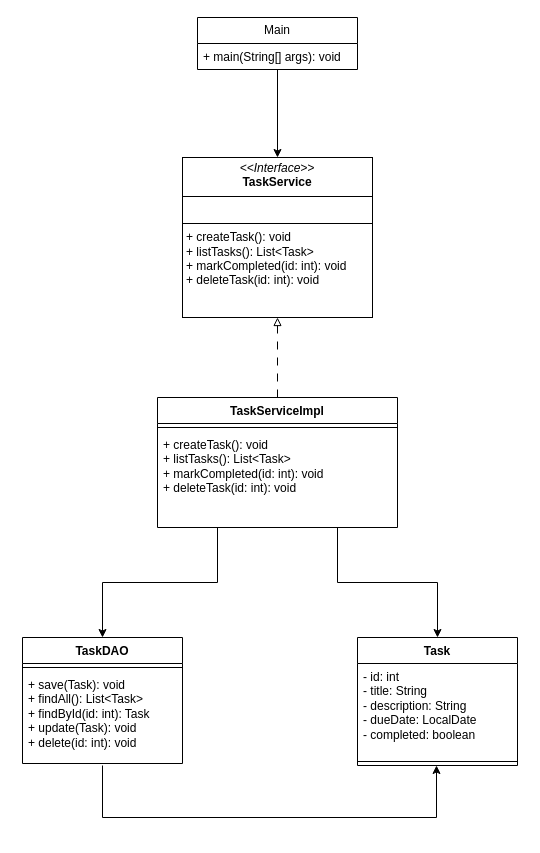
The draw.io diagram diagrams/TaskManagerClassDiagram.drawio in Josephj9720/task-manager-console, before the edit. Source tidied: cells renumbered, new cells numbered last; positions are measured from the earlier drawing's top-left corner, leaving out a move shared by most shapes. Both pictures are drawn from the tidied source at 100%, with x=0, y=0 at pixel (22, 17).
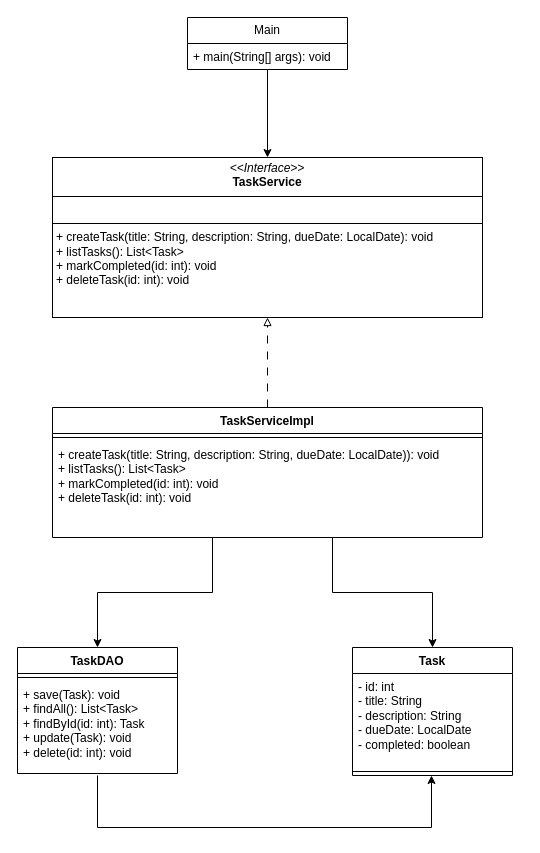
After the change.

Commit message (it also covers changes not shown here):
modified class to follow methods signatures from UML diagram

What changed in the source:
```diff
@@
-    <mxCell id="2" style="group;" parent="1" vertex="1">
-      <mxGeometry width="500" height="800" as="geometry" />
-    </mxCell>
+    <mxCell id="20" style="group;" parent="1" vertex="1">
+      <mxGeometry x="-5" width="495" height="810" as="geometry" />
+    </mxCell>
-    <mxCell id="3" value="Task" style="swimlane;fontStyle=1;align=center;verticalAlign=top;horizontal=1;startSize=26;whiteSpace=wrap;html=1;" parent="2" vertex="1">
-      <mxGeometry x="335" y="620" width="160" height="128" as="geometry" />
+    <mxCell id="3" value="Task" style="swimlane;fontStyle=1;align=center;verticalAlign=top;horizontal=1;startSize=26;whiteSpace=wrap;html=1;" parent="20" vertex="1">
+      <mxGeometry x="335" y="630" width="160" height="128" as="geometry" />
     </mxCell>
@@
-    <mxCell id="6" style="edgeStyle=orthogonalEdgeStyle;rounded=0;orthogonalLoop=1;jettySize=auto;html=1;entryX=0.494;entryY=0.75;entryDx=0;entryDy=0;entryPerimeter=0;" parent="2" edge="1">
+    <mxCell id="6" style="edgeStyle=orthogonalEdgeStyle;rounded=0;orthogonalLoop=1;jettySize=auto;html=1;entryX=0.494;entryY=0.75;entryDx=0;entryDy=0;entryPerimeter=0;" parent="20" edge="1">
       <mxGeometry relative="1" as="geometry">
-        <mxPoint x="80" y="748" as="sourcePoint" />
-        <mxPoint x="414" y="748" as="targetPoint" />
+        <mxPoint x="80" y="758" as="sourcePoint" />
+        <mxPoint x="414" y="758" as="targetPoint" />
         <Array as="points">
-          <mxPoint x="80" y="800" />
-          <mxPoint x="414" y="800" />
+          <mxPoint x="80" y="810" />
+          <mxPoint x="414" y="810" />
         </Array>
       </mxGeometry>
     </mxCell>
-    <mxCell id="7" value="TaskDAO" style="swimlane;fontStyle=1;align=center;verticalAlign=top;horizontal=1;startSize=26;whiteSpace=wrap;html=1;" parent="2" vertex="1">
-      <mxGeometry y="620" width="160" height="126" as="geometry" />
+    <mxCell id="7" value="TaskDAO" style="swimlane;fontStyle=1;align=center;verticalAlign=top;horizontal=1;startSize=26;whiteSpace=wrap;html=1;" parent="20" vertex="1">
+      <mxGeometry y="630" width="160" height="126" as="geometry" />
     </mxCell>
@@
-    <mxCell id="10" value="&lt;p style=&quot;margin:0px;margin-top:4px;text-align:center;&quot;&gt;&lt;i&gt;&amp;lt;&amp;lt;Interface&amp;gt;&amp;gt;&lt;/i&gt;&lt;br&gt;&lt;b&gt;TaskService&lt;/b&gt;&lt;/p&gt;&lt;hr size=&quot;1&quot; style=&quot;border-style:solid;&quot;&gt;&lt;p style=&quot;margin:0px;margin-left:4px;&quot;&gt;&lt;br&gt;&lt;/p&gt;&lt;hr size=&quot;1&quot; style=&quot;border-style:solid;&quot;&gt;&lt;p style=&quot;margin:0px;margin-left:4px;&quot;&gt;+ createTask(): void&lt;/p&gt;&lt;p style=&quot;margin:0px;margin-left:4px;&quot;&gt;+ listTasks(): List&amp;lt;Task&amp;gt;&lt;/p&gt;&lt;p style=&quot;margin:0px;margin-left:4px;&quot;&gt;+ markCompleted(id: int): void&lt;/p&gt;&lt;p style=&quot;margin:0px;margin-left:4px;&quot;&gt;+ deleteTask(id: int): void&lt;/p&gt;" style="verticalAlign=top;align=left;overflow=fill;html=1;whiteSpace=wrap;" parent="2" vertex="1">
-      <mxGeometry x="160" y="140" width="190" height="160" as="geometry" />
+    <mxCell id="10" value="&lt;p style=&quot;margin:0px;margin-top:4px;text-align:center;&quot;&gt;&lt;i&gt;&amp;lt;&amp;lt;Interface&amp;gt;&amp;gt;&lt;/i&gt;&lt;br&gt;&lt;b&gt;TaskService&lt;/b&gt;&lt;/p&gt;&lt;hr size=&quot;1&quot; style=&quot;border-style:solid;&quot;&gt;&lt;p style=&quot;margin:0px;margin-left:4px;&quot;&gt;&lt;br&gt;&lt;/p&gt;&lt;hr size=&quot;1&quot; style=&quot;border-style:solid;&quot;&gt;&lt;p style=&quot;margin:0px;margin-left:4px;&quot;&gt;+ createTask(title: String, description: String, dueDate: LocalDate): void&lt;/p&gt;&lt;p style=&quot;margin:0px;margin-left:4px;&quot;&gt;+ listTasks(): List&amp;lt;Task&amp;gt;&lt;/p&gt;&lt;p style=&quot;margin:0px;margin-left:4px;&quot;&gt;+ markCompleted(id: int): void&lt;/p&gt;&lt;p style=&quot;margin:0px;margin-left:4px;&quot;&gt;+ deleteTask(id: int): void&lt;/p&gt;" style="verticalAlign=top;align=left;overflow=fill;html=1;whiteSpace=wrap;" parent="20" vertex="1">
+      <mxGeometry x="35" y="140" width="430" height="160" as="geometry" />
     </mxCell>
-    <mxCell id="11" style="edgeStyle=orthogonalEdgeStyle;rounded=0;jettySize=auto;html=1;entryX=0.5;entryY=1;entryDx=0;entryDy=0;endArrow=block;endFill=0;dashed=1;dashPattern=8 8;" parent="2" edge="1" source="14" target="10">
+    <mxCell id="11" style="edgeStyle=orthogonalEdgeStyle;rounded=0;jettySize=auto;html=1;entryX=0.5;entryY=1;entryDx=0;entryDy=0;endArrow=block;endFill=0;dashed=1;dashPattern=8 8;" parent="20" edge="1" source="14" target="10">
       <mxGeometry relative="1" as="geometry" />
     </mxCell>
-    <mxCell id="12" style="edgeStyle=orthogonalEdgeStyle;rounded=0;jettySize=auto;html=1;" parent="2" edge="1" source="14" target="3">
+    <mxCell id="12" style="edgeStyle=orthogonalEdgeStyle;rounded=0;jettySize=auto;html=1;" parent="20" edge="1" source="14" target="3">
       <mxGeometry relative="1" as="geometry">
         <Array as="points">
-          <mxPoint x="315" y="565" />
-          <mxPoint x="415" y="565" />
+          <mxPoint x="315" y="575" />
+          <mxPoint x="415" y="575" />
         </Array>
       </mxGeometry>
     </mxCell>
-    <mxCell id="13" style="edgeStyle=orthogonalEdgeStyle;rounded=0;jettySize=auto;html=1;entryX=0.5;entryY=0;entryDx=0;entryDy=0;" parent="2" edge="1" source="14" target="7">
+    <mxCell id="13" style="edgeStyle=orthogonalEdgeStyle;rounded=0;jettySize=auto;html=1;entryX=0.5;entryY=0;entryDx=0;entryDy=0;" parent="20" edge="1" source="14" target="7">
       <mxGeometry relative="1" as="geometry">
         <Array as="points">
-          <mxPoint x="195" y="565" />
-          <mxPoint x="80" y="565" />
+          <mxPoint x="195" y="575" />
+          <mxPoint x="80" y="575" />
         </Array>
       </mxGeometry>
     </mxCell>
-    <mxCell id="14" value="TaskServiceImpl" style="swimlane;fontStyle=1;align=center;verticalAlign=top;horizontal=1;startSize=26;whiteSpace=wrap;html=1;" parent="2" vertex="1">
-      <mxGeometry x="135" y="380" width="240" height="130" as="geometry" />
+    <mxCell id="14" value="TaskServiceImpl" style="swimlane;fontStyle=1;align=center;verticalAlign=top;horizontal=1;startSize=26;whiteSpace=wrap;html=1;" parent="20" vertex="1">
+      <mxGeometry x="35" y="390" width="430" height="130" as="geometry" />
     </mxCell>
     <mxCell id="15" style="line;strokeWidth=1;fillColor=none;align=left;verticalAlign=middle;spacingTop=-1;spacingLeft=3;spacingRight=3;labelPosition=right;strokeColor=inherit;" parent="14" vertex="1">
-      <mxGeometry y="26" width="240" height="8" as="geometry" />
+      <mxGeometry y="26" width="430" height="8" as="geometry" />
     </mxCell>
-    <mxCell id="16" value="&lt;div&gt;+ createTask(): void&lt;/div&gt;&lt;div&gt;+ listTasks(): List&amp;lt;Task&amp;gt;&lt;/div&gt;&lt;div&gt;+ markCompleted(id: int): void&lt;/div&gt;&lt;div&gt;+ deleteTask(id: int): void&lt;/div&gt;" style="text;strokeColor=none;fillColor=none;align=left;verticalAlign=top;spacingLeft=4;spacingRight=4;overflow=hidden;whiteSpace=wrap;html=1;" parent="14" vertex="1">
-      <mxGeometry y="34" width="240" height="96" as="geometry" />
+    <mxCell id="16" value="&lt;div&gt;+ createTask(&lt;span style=&quot;background-color: transparent; color: light-dark(rgb(0, 0, 0), rgb(255, 255, 255));&quot;&gt;title: String, description: String, dueDate: LocalDate)&lt;/span&gt;&lt;span style=&quot;background-color: transparent; color: light-dark(rgb(0, 0, 0), rgb(255, 255, 255));&quot;&gt;): void&lt;/span&gt;&lt;/div&gt;&lt;div&gt;+ listTasks(): List&amp;lt;Task&amp;gt;&lt;/div&gt;&lt;div&gt;+ markCompleted(id: int): void&lt;/div&gt;&lt;div&gt;+ deleteTask(id: int): void&lt;/div&gt;" style="text;strokeColor=none;fillColor=none;align=left;verticalAlign=top;spacingLeft=4;spacingRight=4;overflow=hidden;whiteSpace=wrap;html=1;" parent="14" vertex="1">
+      <mxGeometry y="34" width="430" height="96" as="geometry" />
     </mxCell>
-    <mxCell id="17" style="edgeStyle=orthogonalEdgeStyle;rounded=0;jettySize=auto;html=1;entryX=0.5;entryY=0;entryDx=0;entryDy=0;" parent="2" edge="1" source="18" target="10">
+    <mxCell id="17" style="edgeStyle=orthogonalEdgeStyle;rounded=0;jettySize=auto;html=1;entryX=0.5;entryY=0;entryDx=0;entryDy=0;" parent="20" edge="1" source="18" target="10">
       <mxGeometry relative="1" as="geometry" />
     </mxCell>
-    <mxCell id="18" value="Main" style="swimlane;fontStyle=0;horizontal=1;startSize=26;fillColor=none;whiteSpace=wrap;html=1;" parent="2" vertex="1">
-      <mxGeometry x="175" width="160" height="52" as="geometry" />
+    <mxCell id="18" value="Main" style="swimlane;fontStyle=0;horizontal=1;startSize=26;fillColor=none;whiteSpace=wrap;html=1;" parent="20" vertex="1">
+      <mxGeometry x="170" width="160" height="52" as="geometry" />
     </mxCell>
```
